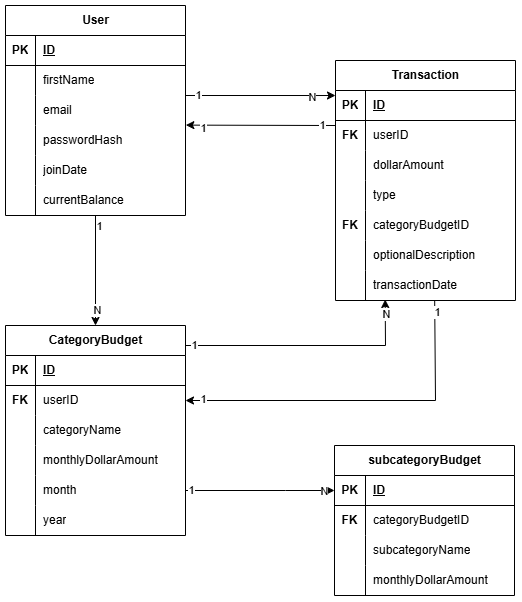
calvin-cs262-Fall2024-TheATeam/Centsible-Service keeps this draw.io diagram as sql/Database Model.png. Above is the earlier version. Source tidied: cells renumbered, new cells last; positions are measured from the earlier drawing's top-left corner, leaving out a move shared by most shapes.
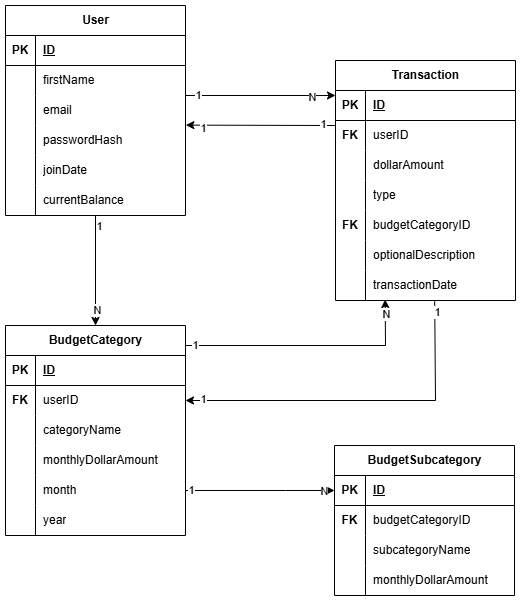
Above is the later version.

Diff of the diagram source:
```diff
@@ -104,7 +104,7 @@
     <mxCell id="35" value="&lt;b&gt;FK&lt;/b&gt;" style="shape=partialRectangle;fillColor=none;top=0;left=0;bottom=0;right=0;overflow=hidden;whiteSpace=wrap;html=1;" parent="34" vertex="1">
       <mxGeometry width="30" height="30" as="geometry" />
     </mxCell>
-    <mxCell id="36" value="categoryBudgetID" style="shape=partialRectangle;fillColor=none;top=0;left=0;bottom=0;right=0;align=left;spacingLeft=6;overflow=hidden;whiteSpace=wrap;html=1;" parent="34" vertex="1">
+    <mxCell id="36" value="budgetCategoryID" style="shape=partialRectangle;fillColor=none;top=0;left=0;bottom=0;right=0;align=left;spacingLeft=6;overflow=hidden;whiteSpace=wrap;html=1;" parent="34" vertex="1">
       <mxGeometry x="30" width="150" height="30" as="geometry" />
     </mxCell>
     <mxCell id="37" style="shape=tableRow;horizontal=0;startSize=0;swimlaneHead=0;swimlaneBody=0;fillColor=none;top=0;left=0;right=0;bottom=0;" parent="21" vertex="1">
@@ -125,7 +125,7 @@
     <mxCell id="42" value="transactionDate" style="shape=partialRectangle;fillColor=none;top=0;left=0;bottom=0;right=0;align=left;spacingLeft=6;overflow=hidden;whiteSpace=wrap;html=1;" parent="40" vertex="1">
       <mxGeometry x="30" width="150" height="30" as="geometry" />
     </mxCell>
-    <mxCell id="43" value="CategoryBudget" style="shape=table;startSize=30;rowLines=0;fontStyle=1;align=center;html=1;" parent="1" vertex="1">
+    <mxCell id="43" value="BudgetCategory" style="shape=table;startSize=30;rowLines=0;fontStyle=1;align=center;html=1;" parent="1" vertex="1">
       <mxGeometry y="320" width="180" height="210" as="geometry" />
     </mxCell>
     <mxCell id="44" style="shape=tableRow;horizontal=0;startSize=0;swimlaneHead=0;swimlaneBody=0;fillColor=none;top=0;left=0;right=0;bottom=1;" parent="43" vertex="1">
@@ -240,7 +240,7 @@
     <mxCell id="76" value="1" style="edgeLabel;html=1;align=center;verticalAlign=middle;" parent="74" vertex="1">
       <mxGeometry x="0.77" y="3" relative="1" as="geometry" />
     </mxCell>
-    <mxCell id="77" value="subcategoryBudget" style="shape=table;startSize=30;rowLines=0;fontStyle=1;align=center;html=1;" parent="1" vertex="1">
+    <mxCell id="77" value="BudgetSubcategory" style="shape=table;startSize=30;rowLines=0;fontStyle=1;align=center;html=1;" parent="1" vertex="1">
       <mxGeometry x="329" y="440" width="180" height="150" as="geometry" />
     </mxCell>
     <mxCell id="78" style="shape=tableRow;horizontal=0;startSize=0;swimlaneHead=0;swimlaneBody=0;fillColor=none;points=[[0,0.5],[1,0.5]];portConstraint=eastwest;top=0;left=0;right=0;bottom=1;" parent="77" vertex="1">
@@ -258,7 +258,7 @@
     <mxCell id="82" value="&lt;b&gt;FK&lt;/b&gt;" style="shape=partialRectangle;fillColor=none;top=0;left=0;bottom=0;right=0;overflow=hidden;whiteSpace=wrap;html=1;" parent="81" vertex="1">
       <mxGeometry width="31" height="30" as="geometry" />
     </mxCell>
-    <mxCell id="83" value="categoryBudgetID" style="shape=partialRectangle;fillColor=none;top=0;left=0;bottom=0;right=0;align=left;spacingLeft=6;overflow=hidden;whiteSpace=wrap;html=1;" parent="81" vertex="1">
+    <mxCell id="83" value="budgetCategoryID" style="shape=partialRectangle;fillColor=none;top=0;left=0;bottom=0;right=0;align=left;spacingLeft=6;overflow=hidden;whiteSpace=wrap;html=1;" parent="81" vertex="1">
       <mxGeometry x="31" width="149" height="30" as="geometry" />
     </mxCell>
     <mxCell id="84" style="shape=tableRow;horizontal=0;startSize=0;swimlaneHead=0;swimlaneBody=0;fillColor=none;top=0;left=0;right=0;bottom=0;" parent="77" vertex="1">
```
